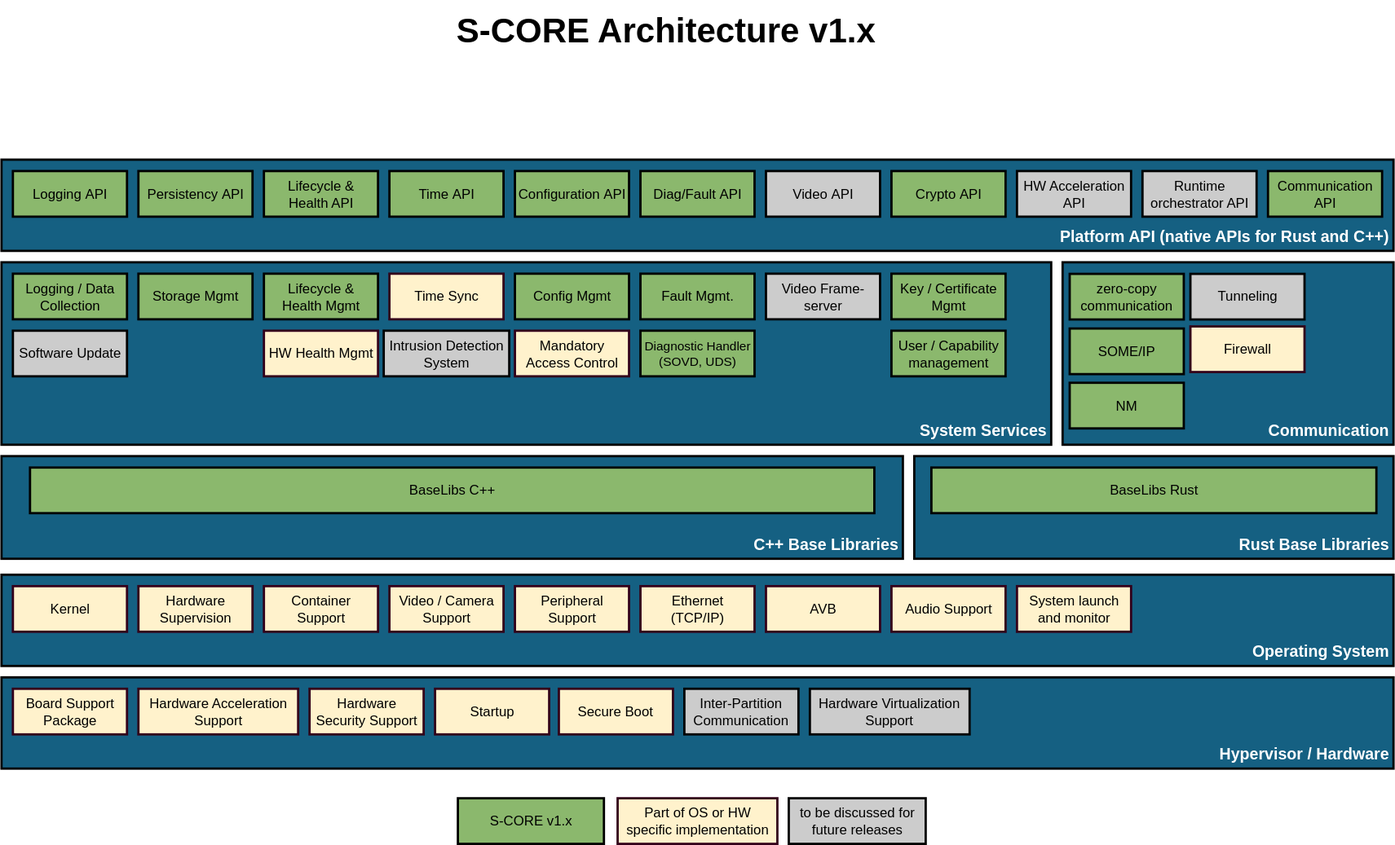
eclipse-score/reference_integration keeps this draw.io diagram as docs/_assets/sw_arch_v_1.drawio.svg. Above is the earlier version. Source tidied: cells renumbered, new cells last; positions are measured from the earlier drawing's top-left corner, leaving out a move shared by most shapes.
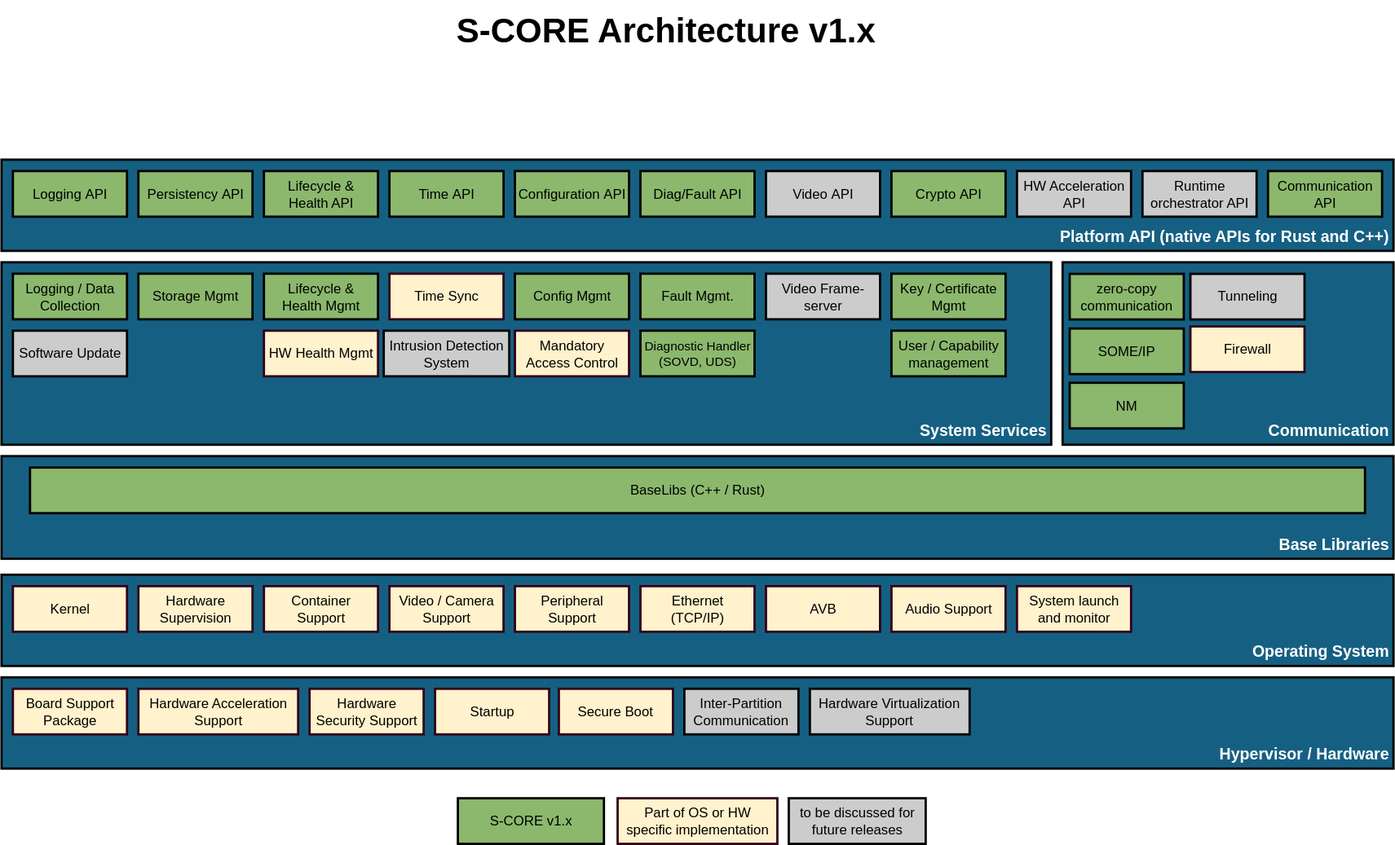
The same file after the commit.

Commit message:
docs: rename S-CORE v1.x page to Target and merge Baselibs Rust into Baselibs

What changed in the source:
```diff
@@ -2,8 +2,8 @@
   <root>
     <mxCell id="0" />
     <mxCell id="1" value="Background" parent="0" />
-    <mxCell id="2" value="C++ Base Libraries" style="rounded=0;html=1;strokeWidth=2;fillColor=#156082;align=right;labelPosition=center;verticalLabelPosition=middle;verticalAlign=bottom;whiteSpace=wrap;horizontal=1;spacingRight=0;spacingBottom=0;spacingLeft=0;spacingTop=0;spacing=4;fontColor=#FFFFFF;fontSize=14;fontStyle=1;" parent="1" vertex="1">
-      <mxGeometry y="400" width="790" height="90" as="geometry" />
+    <mxCell id="2" value="Base Libraries" style="rounded=0;html=1;strokeWidth=2;fillColor=#156082;align=right;labelPosition=center;verticalLabelPosition=middle;verticalAlign=bottom;whiteSpace=wrap;horizontal=1;spacingRight=0;spacingBottom=0;spacingLeft=0;spacingTop=0;spacing=4;fontColor=#FFFFFF;fontSize=14;fontStyle=1;" parent="1" vertex="1">
+      <mxGeometry y="400" width="1220" height="90" as="geometry" />
     </mxCell>
     <mxCell id="3" value="System Services" style="rounded=0;html=1;strokeWidth=2;fillColor=#156082;align=right;labelPosition=center;verticalLabelPosition=middle;verticalAlign=bottom;whiteSpace=wrap;horizontal=1;spacingRight=0;spacingBottom=0;spacingLeft=0;spacingTop=0;spacing=4;fontColor=#FFFFFF;fontSize=14;fontStyle=1;" parent="1" vertex="1">
       <mxGeometry y="230" width="920" height="160" as="geometry" />
@@ -17,12 +17,6 @@
     <mxCell id="6" value="Hypervisor / Hardware" style="rounded=0;html=1;strokeWidth=2;fillColor=#156082;align=right;labelPosition=center;verticalLabelPosition=middle;verticalAlign=bottom;whiteSpace=wrap;horizontal=1;spacingRight=0;spacingBottom=0;spacingLeft=0;spacingTop=0;spacing=4;fontColor=#FFFFFF;fontSize=14;fontStyle=1;" parent="1" vertex="1">
       <mxGeometry y="594" width="1220" height="80" as="geometry" />
     </mxCell>
-    <mxCell id="7" value="Rust Base Libraries" style="rounded=0;html=1;strokeWidth=2;fillColor=#156082;align=right;labelPosition=center;verticalLabelPosition=middle;verticalAlign=bottom;whiteSpace=wrap;horizontal=1;spacingRight=0;spacingBottom=0;spacingLeft=0;spacingTop=0;spacing=4;fontColor=#FFFFFF;fontSize=14;fontStyle=1;" parent="1" vertex="1">
-      <mxGeometry x="800" y="400" width="420" height="90" as="geometry" />
-    </mxCell>
-    <mxCell id="8" value="BaseLibs Rust" style="rounded=0;whiteSpace=wrap;fillColor=#8BB86D;strokeWidth=2;glass=0;shadow=0;strokeColor=default;align=center;verticalAlign=middle;spacingLeft=0;spacing=4;" parent="1" vertex="1">
-      <mxGeometry x="815" y="410" width="390" height="40" as="geometry" />
-    </mxCell>
     <mxCell id="9" value="Platform API (native APIs for Rust and C++)" style="rounded=0;strokeWidth=2;fillColor=#156082;align=right;labelPosition=center;verticalLabelPosition=middle;verticalAlign=bottom;whiteSpace=wrap;horizontal=1;spacingRight=0;spacingBottom=0;spacingLeft=0;spacingTop=0;spacing=4;textShadow=0;html=1;fontColor=#FFFFFF;fontSize=14;fontStyle=1;" parent="1" vertex="1">
       <mxGeometry y="140" width="1220" height="80" as="geometry" />
     </mxCell>
@@ -174,8 +168,8 @@
     <mxCell id="59" value="Diagnostic Handler (SOVD, UDS)" style="rounded=0;whiteSpace=wrap;fillColor=#8BB86D;strokeWidth=2;glass=0;shadow=0;strokeColor=#000000;spacingLeft=0;spacing=4;fontSize=11;fontColor=#000000;" parent="10" vertex="1">
       <mxGeometry x="560" y="290" width="100" height="40" as="geometry" />
     </mxCell>
-    <mxCell id="60" value="BaseLibs C++" style="rounded=0;whiteSpace=wrap;fillColor=#8BB86D;strokeWidth=2;glass=0;shadow=0;strokeColor=default;align=center;verticalAlign=middle;spacingLeft=0;spacing=4;" parent="10" vertex="1">
-      <mxGeometry x="25" y="410" width="740" height="40" as="geometry" />
+    <mxCell id="60" value="BaseLibs (C++ / Rust)" style="rounded=0;whiteSpace=wrap;fillColor=#8BB86D;strokeWidth=2;glass=0;shadow=0;strokeColor=default;align=center;verticalAlign=middle;spacingLeft=0;spacing=4;" parent="10" vertex="1">
+      <mxGeometry x="25" y="410" width="1170" height="40" as="geometry" />
     </mxCell>
     <mxCell id="61" value="System launch and monitor" style="rounded=0;whiteSpace=wrap;fillColor=#fff2cc;strokeWidth=2;glass=0;shadow=0;strokeColor=#33001A;spacingLeft=0;spacing=4;" parent="10" vertex="1">
       <mxGeometry x="890" y="514" width="100" height="40" as="geometry" />
```
